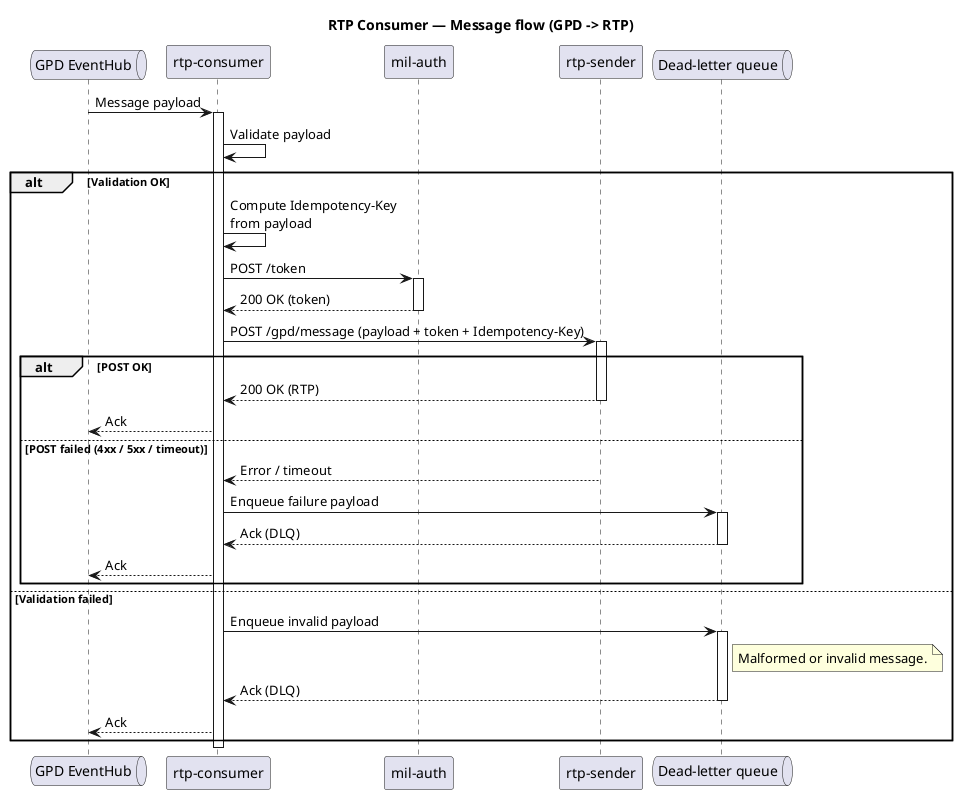
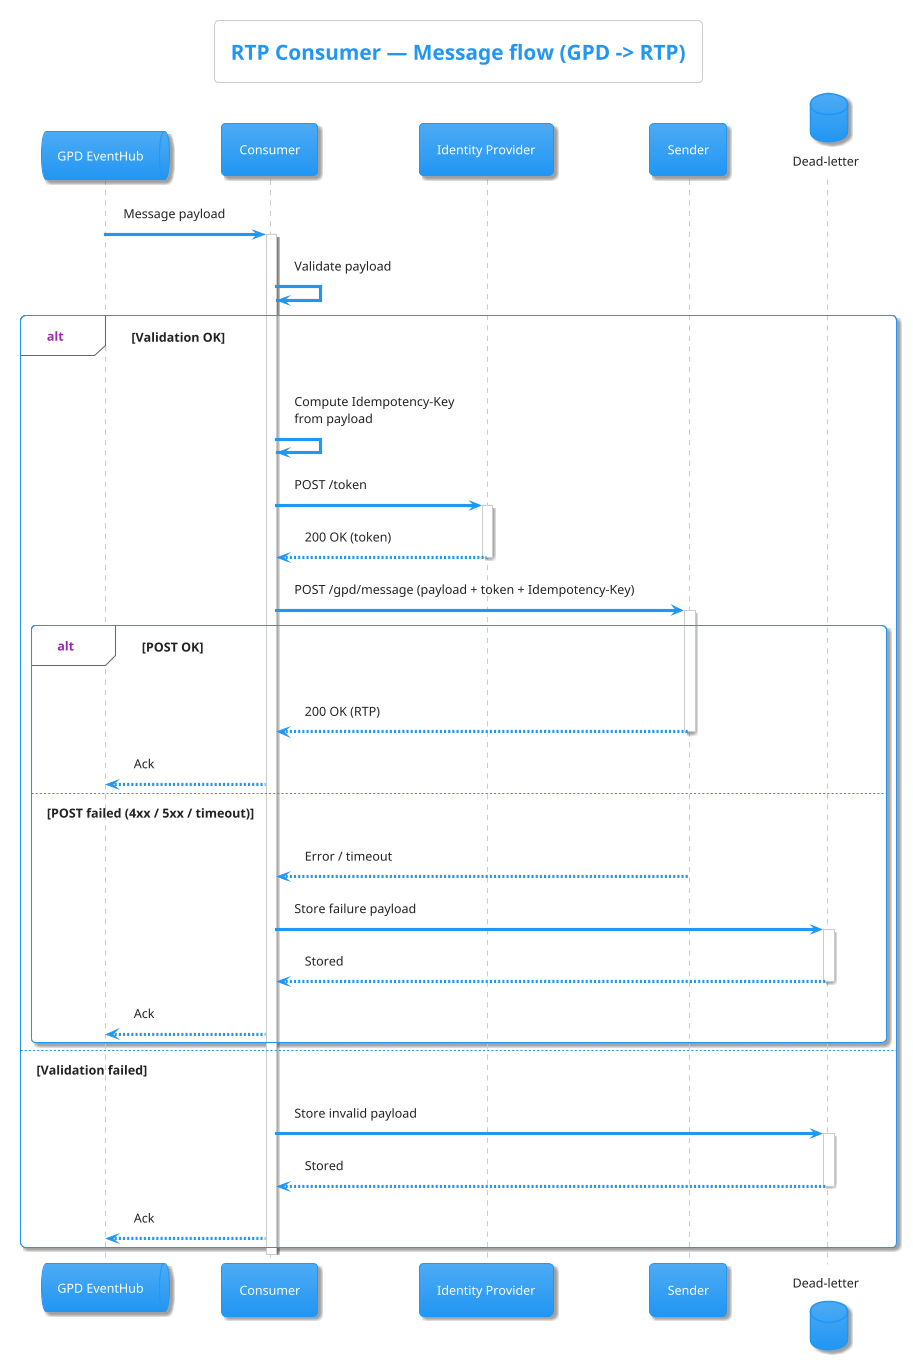
@startuml
+ !theme materia
+ 
title RTP Consumer — Message flow (GPD -> RTP)

queue "GPD EventHub" as EH
- participant "rtp-consumer" as C
- participant "mil-auth" as MA
- participant "rtp-sender" as S
- queue "Dead-letter queue" as DLQ
+ participant "Consumer" as C
+ participant "Identity Provider" as MA
+ participant "Sender" as S
+ database "Dead-letter" as DLQ

EH -> C : Message payload
activate C

C -> C : Validate payload

alt Validation OK

  C -> C : Compute Idempotency-Key\nfrom payload

  C -> MA : POST /token
  activate MA
  MA --> C : 200 OK (token)
  deactivate MA

  C -> S : POST /gpd/message (payload + token + Idempotency-Key)
  activate S

  alt POST OK
    S --> C : 200 OK (RTP)
    deactivate S
    C --> EH : Ack

  else POST failed (4xx / 5xx / timeout)
    S --> C : Error / timeout
    deactivate S

-     C -> DLQ : Enqueue failure payload
+     C -> DLQ : Store failure payload
    activate DLQ
-     DLQ --> C : Ack (DLQ)
+     DLQ --> C : Stored
    deactivate DLQ

    C --> EH : Ack
  end

else Validation failed
-   C -> DLQ : Enqueue invalid payload
+   C -> DLQ : Store invalid payload
  activate DLQ
-   note right of DLQ
-     Malformed or invalid message.
-   end note
-   DLQ --> C : Ack (DLQ)
+   DLQ --> C : Stored
  deactivate DLQ

  C --> EH : Ack
end

deactivate C
@enduml